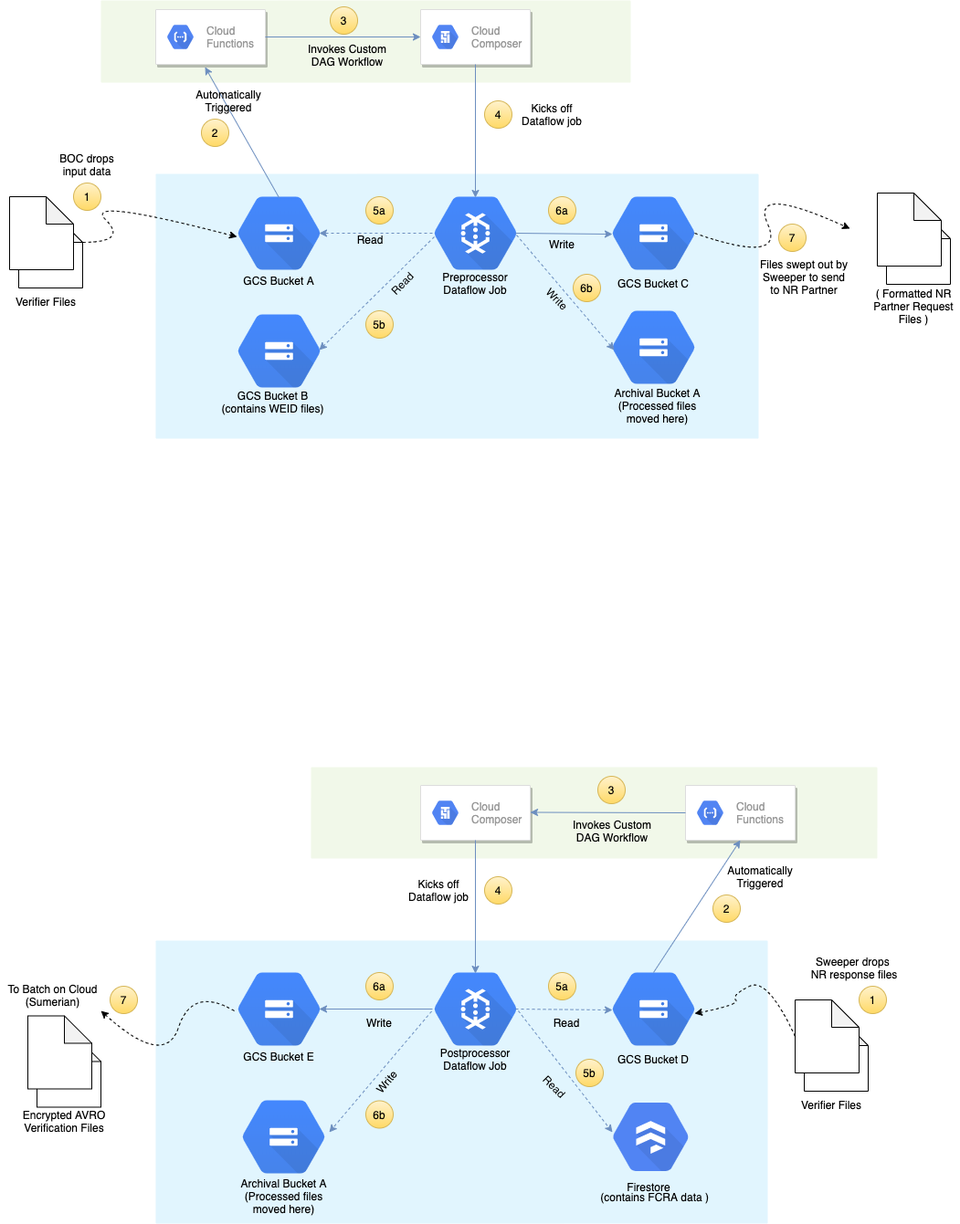
This is Untitled Diagram.png from faeezshaikhefx/faeezshaikhefx, a draw.io export, as it was before one commit. Source tidied: cells renumbered, new cells last; positions are measured from the earlier drawing's top-left corner, leaving out a move shared by most shapes.
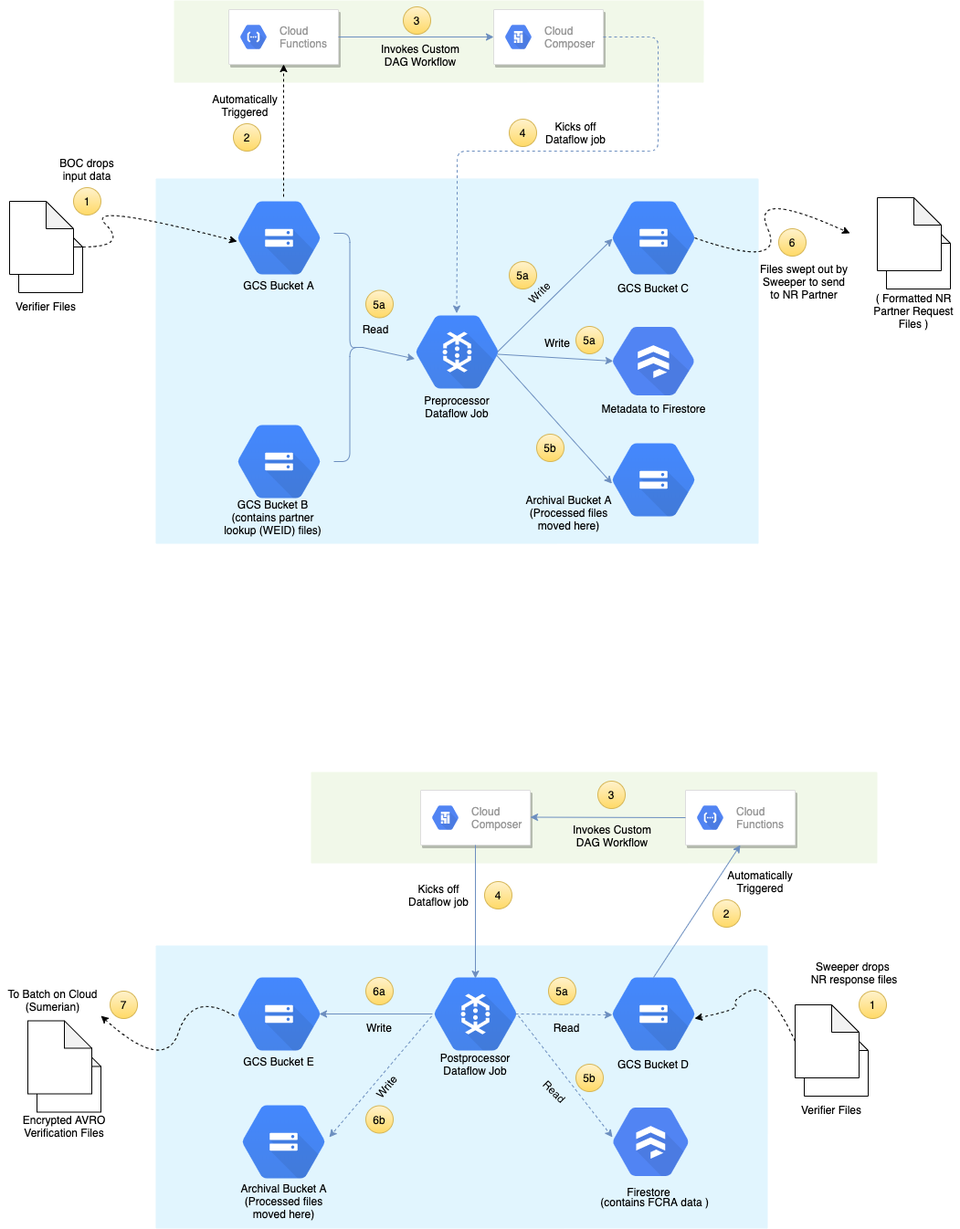
The same file after the commit.

What changed in the source:
```diff
@@ -3,13 +3,13 @@
     <mxCell id="0" />
     <mxCell id="1" parent="0" />
     <mxCell id="2" style="rounded=1;absoluteArcSize=1;arcSize=2;html=1;strokeColor=none;gradientColor=none;shadow=0;dashed=0;fontSize=12;fontColor=#9E9E9E;align=left;verticalAlign=top;spacing=10;spacingTop=-4;fillColor=#E1F5FE;" parent="1" vertex="1">
-      <mxGeometry x="170" y="190" width="660" height="290" as="geometry" />
+      <mxGeometry x="170" y="190" width="660" height="400" as="geometry" />
     </mxCell>
     <mxCell id="3" style="rounded=1;absoluteArcSize=1;arcSize=2;html=1;strokeColor=none;gradientColor=none;shadow=0;dashed=0;fontSize=12;fontColor=#9E9E9E;align=left;verticalAlign=top;spacing=10;spacingTop=-4;fillColor=#F1F8E9;" parent="1" vertex="1">
-      <mxGeometry x="110" width="580" height="90" as="geometry" />
+      <mxGeometry x="190" y="-5" width="580" height="90" as="geometry" />
     </mxCell>
     <mxCell id="4" style="strokeColor=#dddddd;shadow=1;strokeWidth=1;rounded=1;absoluteArcSize=1;arcSize=2;" parent="1" vertex="1">
-      <mxGeometry x="460" y="10" width="120" height="60" as="geometry" />
+      <mxGeometry x="540" y="5" width="120" height="60" as="geometry" />
     </mxCell>
     <mxCell id="5" value="Cloud&#10;Composer" style="dashed=0;html=1;fillColor=#5184F3;strokeColor=none;shape=mxgraph.gcp2.hexIcon;prIcon=cloud_composer;labelPosition=right;verticalLabelPosition=middle;align=left;verticalAlign=middle;spacingLeft=5;fontColor=#999999;fontSize=12;" parent="4" vertex="1">
       <mxGeometry y="0.5" width="44" height="39" relative="1" as="geometry">
@@ -17,7 +17,7 @@
       </mxGeometry>
     </mxCell>
     <mxCell id="6" style="strokeColor=#dddddd;shadow=1;strokeWidth=1;rounded=1;absoluteArcSize=1;arcSize=2;" parent="1" vertex="1">
-      <mxGeometry x="170" y="10" width="120" height="60" as="geometry" />
+      <mxGeometry x="250" y="5" width="120" height="60" as="geometry" />
     </mxCell>
     <mxCell id="7" value="Cloud&#10;Functions" style="dashed=0;html=1;fillColor=#5184F3;strokeColor=none;shape=mxgraph.gcp2.hexIcon;prIcon=cloud_functions;labelPosition=right;verticalLabelPosition=middle;align=left;verticalAlign=middle;spacingLeft=5;fontColor=#999999;fontSize=12;" parent="6" vertex="1">
       <mxGeometry y="0.5" width="44" height="39" relative="1" as="geometry">
@@ -28,7 +28,7 @@
       <mxGeometry x="260" y="215" width="90" height="80" as="geometry" />
     </mxCell>
     <mxCell id="9" style="shape=mxgraph.gcp.big_data.cloud_dataflow;html=1;fillColor=#4387FD;gradientColor=#4683EA;strokeColor=none;verticalLabelPosition=bottom;verticalAlign=top;align=center;" parent="1" vertex="1">
-      <mxGeometry x="475" y="215" width="90" height="80" as="geometry" />
+      <mxGeometry x="455" y="340" width="90" height="80" as="geometry" />
     </mxCell>
     <mxCell id="10" style="shape=mxgraph.gcp.storage_databases.cloud_storage;html=1;fillColor=#4387FD;gradientColor=#4683EA;strokeColor=none;verticalLabelPosition=bottom;verticalAlign=top;align=center;" parent="1" vertex="1">
       <mxGeometry x="670" y="215" width="90" height="80" as="geometry" />
@@ -39,23 +39,12 @@
     <mxCell id="12" style="shape=note;whiteSpace=wrap;html=1;backgroundOutline=1;darkOpacity=0.05;" parent="1" vertex="1">
       <mxGeometry x="10" y="215" width="70" height="80" as="geometry" />
     </mxCell>
-    <mxCell id="13" style="endArrow=classic;html=1;exitX=0.5;exitY=0.013;exitDx=0;exitDy=0;exitPerimeter=0;entryX=0.45;entryY=1.05;entryDx=0;entryDy=0;entryPerimeter=0;fillColor=#dae8fc;strokeColor=#6c8ebf;" parent="1" edge="1" source="8" target="6">
-      <mxGeometry relative="1" as="geometry" />
-    </mxCell>
     <mxCell id="14" style="endArrow=classic;html=1;exitX=1;exitY=0.5;exitDx=0;exitDy=0;entryX=0;entryY=0.5;entryDx=0;entryDy=0;fillColor=#dae8fc;strokeColor=#6c8ebf;" parent="1" edge="1" source="6" target="4">
       <mxGeometry relative="1" as="geometry" />
     </mxCell>
-    <mxCell id="15" style="endArrow=classic;html=1;exitX=0.5;exitY=1;exitDx=0;exitDy=0;entryX=0.5;entryY=0.013;entryDx=0;entryDy=0;entryPerimeter=0;fillColor=#dae8fc;strokeColor=#6c8ebf;" parent="1" edge="1" source="4" target="9">
-      <mxGeometry relative="1" as="geometry" />
-    </mxCell>
     <mxCell id="16" style="endArrow=classic;html=1;exitX=0.989;exitY=0.5;exitDx=0;exitDy=0;exitPerimeter=0;entryX=0;entryY=0.513;entryDx=0;entryDy=0;entryPerimeter=0;fillColor=#dae8fc;strokeColor=#6c8ebf;" parent="1" edge="1" source="9" target="10">
       <mxGeometry relative="1" as="geometry" />
     </mxCell>
-    <mxCell id="17" style="endArrow=classic;html=1;entryX=0.989;entryY=0.5;entryDx=0;entryDy=0;entryPerimeter=0;fillColor=#dae8fc;strokeColor=#6c8ebf;dashed=1;" parent="1" edge="1" target="8">
-      <mxGeometry relative="1" as="geometry">
-        <mxPoint x="473" y="255" as="sourcePoint" />
-      </mxGeometry>
-    </mxCell>
     <mxCell id="18" style="curved=1;endArrow=classic;html=1;dashed=1;entryX=-0.011;entryY=0.55;entryDx=0;entryDy=0;entryPerimeter=0;" parent="1" edge="1" target="8">
       <mxGeometry relative="1" as="geometry">
         <mxPoint x="90" y="265" as="sourcePoint" />
@@ -69,37 +58,31 @@
       <mxGeometry x="80" y="200" width="30" height="30" as="geometry" />
     </mxCell>
     <mxCell id="20" value="2" style="ellipse;whiteSpace=wrap;html=1;fillColor=#fff2cc;strokeColor=#d6b656;gradientColor=#ffd966;" parent="1" vertex="1">
-      <mxGeometry x="220" y="130" width="30" height="30" as="geometry" />
+      <mxGeometry x="255" y="130" width="30" height="30" as="geometry" />
     </mxCell>
     <mxCell id="21" value="3" style="ellipse;whiteSpace=wrap;html=1;fillColor=#fff2cc;strokeColor=#d6b656;gradientColor=#ffd966;" parent="1" vertex="1">
-      <mxGeometry x="361" y="7" width="30" height="30" as="geometry" />
+      <mxGeometry x="441" y="2" width="30" height="30" as="geometry" />
     </mxCell>
     <mxCell id="22" value="4" style="ellipse;whiteSpace=wrap;html=1;fillColor=#fff2cc;strokeColor=#d6b656;gradientColor=#ffd966;" parent="1" vertex="1">
-      <mxGeometry x="530" y="110" width="30" height="30" as="geometry" />
+      <mxGeometry x="557" y="125" width="30" height="30" as="geometry" />
     </mxCell>
     <mxCell id="23" value="5a" style="ellipse;whiteSpace=wrap;html=1;fillColor=#fff2cc;strokeColor=#d6b656;gradientColor=#ffd966;" parent="1" vertex="1">
-      <mxGeometry x="400" y="215" width="30" height="30" as="geometry" />
+      <mxGeometry x="400" y="312.5" width="30" height="30" as="geometry" />
     </mxCell>
-    <mxCell id="24" value="6a" style="ellipse;whiteSpace=wrap;html=1;fillColor=#fff2cc;strokeColor=#d6b656;gradientColor=#ffd966;" parent="1" vertex="1">
-      <mxGeometry x="600" y="215" width="30" height="30" as="geometry" />
+    <mxCell id="24" value="5a" style="ellipse;whiteSpace=wrap;html=1;fillColor=#fff2cc;strokeColor=#d6b656;gradientColor=#ffd966;" parent="1" vertex="1">
+      <mxGeometry x="557" y="281" width="30" height="30" as="geometry" />
     </mxCell>
     <mxCell id="25" style="shape=mxgraph.gcp.storage_databases.cloud_storage;html=1;fillColor=#4387FD;gradientColor=#4683EA;strokeColor=none;verticalLabelPosition=bottom;verticalAlign=top;align=center;" parent="1" vertex="1">
-      <mxGeometry x="260" y="344" width="90" height="80" as="geometry" />
+      <mxGeometry x="260" y="460" width="90" height="80" as="geometry" />
     </mxCell>
-    <mxCell id="26" style="endArrow=classic;html=1;entryX=0.989;entryY=0.488;entryDx=0;entryDy=0;entryPerimeter=0;fillColor=#dae8fc;strokeColor=#6c8ebf;dashed=1;exitX=0;exitY=0.55;exitDx=0;exitDy=0;exitPerimeter=0;" parent="1" edge="1" source="9" target="25">
-      <mxGeometry relative="1" as="geometry" />
-    </mxCell>
-    <mxCell id="27" value="5b" style="ellipse;whiteSpace=wrap;html=1;fillColor=#fff2cc;strokeColor=#d6b656;gradientColor=#ffd966;" parent="1" vertex="1">
-      <mxGeometry x="400" y="340" width="30" height="30" as="geometry" />
-    </mxCell>
-    <mxCell id="28" value="GCS Bucket B&lt;br&gt;(contains WEID files)" style="text;html=1;strokeColor=none;fillColor=none;align=center;verticalAlign=middle;whiteSpace=wrap;rounded=0;" parent="1" vertex="1">
-      <mxGeometry x="236" y="430" width="125" height="20" as="geometry" />
+    <mxCell id="28" value="GCS Bucket B&lt;br&gt;(contains partner lookup (WEID) files)" style="text;html=1;strokeColor=none;fillColor=none;align=center;verticalAlign=middle;whiteSpace=wrap;rounded=0;" parent="1" vertex="1">
+      <mxGeometry x="236" y="551" width="125" height="20" as="geometry" />
     </mxCell>
     <mxCell id="29" value="GCS Bucket A" style="text;html=1;strokeColor=none;fillColor=none;align=center;verticalAlign=middle;whiteSpace=wrap;rounded=0;" parent="1" vertex="1">
       <mxGeometry x="255" y="297" width="100" height="20" as="geometry" />
     </mxCell>
     <mxCell id="30" value="Preprocessor Dataflow Job" style="text;html=1;strokeColor=none;fillColor=none;align=center;verticalAlign=middle;whiteSpace=wrap;rounded=0;" parent="1" vertex="1">
-      <mxGeometry x="500" y="300" width="40" height="20" as="geometry" />
+      <mxGeometry x="480" y="430" width="40" height="20" as="geometry" />
     </mxCell>
     <mxCell id="31" value="GCS Bucket C" style="text;html=1;strokeColor=none;fillColor=none;align=center;verticalAlign=middle;whiteSpace=wrap;rounded=0;" parent="1" vertex="1">
       <mxGeometry x="665" y="300" width="100" height="20" as="geometry" />
@@ -176,14 +159,11 @@
     <mxCell id="53" value="Firestore" style="text;html=1;strokeColor=none;fillColor=none;align=center;verticalAlign=middle;whiteSpace=wrap;rounded=0;" parent="1" vertex="1">
       <mxGeometry x="690" y="1290" width="40" height="20" as="geometry" />
     </mxCell>
-    <mxCell id="54" value="Read" style="text;html=1;strokeColor=none;fillColor=none;align=center;verticalAlign=middle;whiteSpace=wrap;rounded=0;rotation=-45;" parent="1" vertex="1">
-      <mxGeometry x="390" y="300" width="100" height="20" as="geometry" />
+    <mxCell id="54" value="Read" style="text;html=1;strokeColor=none;fillColor=none;align=center;verticalAlign=middle;whiteSpace=wrap;rounded=0;rotation=0;" parent="1" vertex="1">
+      <mxGeometry x="361" y="345" width="100" height="20" as="geometry" />
     </mxCell>
-    <mxCell id="55" value="Read" style="text;html=1;strokeColor=none;fillColor=none;align=center;verticalAlign=middle;whiteSpace=wrap;rounded=0;rotation=0;" parent="1" vertex="1">
-      <mxGeometry x="355" y="252" width="100" height="20" as="geometry" />
-    </mxCell>
-    <mxCell id="56" value="Write" style="text;html=1;strokeColor=none;fillColor=none;align=center;verticalAlign=middle;whiteSpace=wrap;rounded=0;rotation=0;" parent="1" vertex="1">
-      <mxGeometry x="565" y="257" width="100" height="20" as="geometry" />
+    <mxCell id="56" value="Write" style="text;html=1;strokeColor=none;fillColor=none;align=center;verticalAlign=middle;whiteSpace=wrap;rounded=0;rotation=-45;" parent="1" vertex="1">
+      <mxGeometry x="540" y="305" width="100" height="20" as="geometry" />
     </mxCell>
     <mxCell id="57" style="endArrow=classic;html=1;fillColor=#dae8fc;strokeColor=#6c8ebf;dashed=1;" parent="1" edge="1">
       <mxGeometry relative="1" as="geometry">
@@ -192,13 +172,13 @@
       </mxGeometry>
     </mxCell>
     <mxCell id="58" value="Automatically&lt;br&gt;Triggered" style="text;html=1;strokeColor=none;fillColor=none;align=center;verticalAlign=middle;whiteSpace=wrap;rounded=0;rotation=0;" parent="1" vertex="1">
-      <mxGeometry x="230" y="100" width="40" height="20" as="geometry" />
+      <mxGeometry x="247.5" y="100" width="40" height="20" as="geometry" />
     </mxCell>
     <mxCell id="59" value="Invokes Custom DAG Workflow" style="text;html=1;strokeColor=none;fillColor=none;align=center;verticalAlign=middle;whiteSpace=wrap;rounded=0;rotation=0;" parent="1" vertex="1">
-      <mxGeometry x="330" y="50" width="100" height="20" as="geometry" />
+      <mxGeometry x="410" y="45" width="100" height="20" as="geometry" />
     </mxCell>
     <mxCell id="60" value="Kicks off&lt;br&gt;Dataflow job" style="text;html=1;strokeColor=none;fillColor=none;align=center;verticalAlign=middle;whiteSpace=wrap;rounded=0;rotation=0;" parent="1" vertex="1">
-      <mxGeometry x="554" y="115" width="100" height="20" as="geometry" />
+      <mxGeometry x="580" y="130" width="100" height="20" as="geometry" />
     </mxCell>
     <mxCell id="61" value="BOC drops input data" style="text;html=1;strokeColor=none;fillColor=none;align=center;verticalAlign=middle;whiteSpace=wrap;rounded=0;" parent="1" vertex="1">
       <mxGeometry x="50" y="170" width="90" height="20" as="geometry" />
@@ -249,7 +229,7 @@
         </Array>
       </mxGeometry>
     </mxCell>
-    <mxCell id="73" value="7" style="ellipse;whiteSpace=wrap;html=1;fillColor=#fff2cc;strokeColor=#d6b656;gradientColor=#ffd966;" parent="1" vertex="1">
+    <mxCell id="73" value="6" style="ellipse;whiteSpace=wrap;html=1;fillColor=#fff2cc;strokeColor=#d6b656;gradientColor=#ffd966;" parent="1" vertex="1">
       <mxGeometry x="852" y="245" width="30" height="30" as="geometry" />
     </mxCell>
     <mxCell id="74" value="Files swept out by Sweeper to send to NR Partner" style="text;html=1;strokeColor=none;fillColor=none;align=center;verticalAlign=middle;whiteSpace=wrap;rounded=0;rotation=0;" parent="1" vertex="1">
@@ -312,19 +292,16 @@
       <mxGeometry x="430" y="965" width="100" height="20" as="geometry" />
     </mxCell>
     <mxCell id="91" style="shape=mxgraph.gcp.storage_databases.cloud_storage;html=1;fillColor=#4387FD;gradientColor=#4683EA;strokeColor=none;verticalLabelPosition=bottom;verticalAlign=top;align=center;" parent="1" vertex="1">
-      <mxGeometry x="670" y="340" width="90" height="80" as="geometry" />
+      <mxGeometry x="670" y="480" width="90" height="80" as="geometry" />
     </mxCell>
-    <mxCell id="92" style="endArrow=classic;html=1;dashed=1;fontColor=#000000;exitX=0;exitY=0;exitDx=0;exitDy=0;entryX=0.022;entryY=0.538;entryDx=0;entryDy=0;entryPerimeter=0;fillColor=#dae8fc;strokeColor=#6c8ebf;" parent="1" edge="1" source="56" target="91">
-      <mxGeometry relative="1" as="geometry" />
-    </mxCell>
-    <mxCell id="93" value="Write" style="text;html=1;strokeColor=none;fillColor=none;align=center;verticalAlign=middle;whiteSpace=wrap;rounded=0;rotation=45;" parent="1" vertex="1">
-      <mxGeometry x="560" y="317" width="100" height="20" as="geometry" />
+    <mxCell id="93" value="Write" style="text;html=1;strokeColor=none;fillColor=none;align=center;verticalAlign=middle;whiteSpace=wrap;rounded=0;rotation=0;" parent="1" vertex="1">
+      <mxGeometry x="560" y="360" width="100" height="20" as="geometry" />
     </mxCell>
-    <mxCell id="94" value="6b" style="ellipse;whiteSpace=wrap;html=1;fillColor=#fff2cc;strokeColor=#d6b656;gradientColor=#ffd966;" parent="1" vertex="1">
-      <mxGeometry x="627" y="300" width="30" height="30" as="geometry" />
+    <mxCell id="94" value="5a" style="ellipse;whiteSpace=wrap;html=1;fillColor=#fff2cc;strokeColor=#d6b656;gradientColor=#ffd966;" parent="1" vertex="1">
+      <mxGeometry x="630" y="352" width="30" height="30" as="geometry" />
     </mxCell>
     <mxCell id="95" value="Archival Bucket A&lt;br&gt;(Processed files moved here)" style="text;html=1;strokeColor=none;fillColor=none;align=center;verticalAlign=middle;whiteSpace=wrap;rounded=0;" parent="1" vertex="1">
-      <mxGeometry x="657" y="434" width="125" height="20" as="geometry" />
+      <mxGeometry x="560" y="546" width="125" height="20" as="geometry" />
     </mxCell>
     <mxCell id="96" style="group;" parent="1" vertex="1">
       <mxGeometry x="350" y="250" width="30" height="170" as="geometry" />
@@ -346,5 +323,45 @@
     <mxCell id="101" value="6b" style="ellipse;whiteSpace=wrap;html=1;gradientColor=#ffd966;fillColor=#fff2cc;strokeColor=#d6b656;" parent="1" vertex="1">
       <mxGeometry x="400" y="1205.5" width="30" height="30" as="geometry" />
     </mxCell>
+    <mxCell id="102" style="shape=curlyBracket;whiteSpace=wrap;html=1;rounded=1;fillColor=#dae8fc;rotation=-180;strokeColor=#6c8ebf;" parent="1" vertex="1">
+      <mxGeometry x="365" y="250" width="35" height="250" as="geometry" />
+    </mxCell>
+    <mxCell id="103" style="endArrow=classic;html=1;entryX=-0.015;entryY=0.594;entryDx=0;entryDy=0;fillColor=#dae8fc;strokeColor=#6c8ebf;entryPerimeter=0;exitX=0.1;exitY=0.5;exitDx=0;exitDy=0;exitPerimeter=0;" parent="1" edge="1" source="102" target="9">
+      <mxGeometry relative="1" as="geometry" />
+    </mxCell>
+    <mxCell id="104" style="html=1;fillColor=#5184F3;strokeColor=none;verticalAlign=top;labelPosition=center;verticalLabelPosition=bottom;align=center;spacingTop=-6;fontSize=11;fontStyle=1;fontColor=#999999;shape=mxgraph.gcp2.hexIcon;prIcon=cloud_firestore;" parent="1" vertex="1">
+      <mxGeometry x="647" y="335" width="136" height="110" as="geometry" />
+    </mxCell>
+    <mxCell id="105" style="endArrow=classic;html=1;entryX=0.175;entryY=0.5;entryDx=0;entryDy=0;entryPerimeter=0;fillColor=#dae8fc;strokeColor=#6c8ebf;exitX=0.994;exitY=0.531;exitDx=0;exitDy=0;exitPerimeter=0;" parent="1" edge="1" source="9" target="104">
+      <mxGeometry relative="1" as="geometry" />
+    </mxCell>
+    <mxCell id="15" style="edgeStyle=segmentEdgeStyle;endArrow=classic;html=1;dashed=1;fontColor=#000000;exitX=1;exitY=0.5;exitDx=0;exitDy=0;entryX=0.494;entryY=-0.031;entryDx=0;entryDy=0;entryPerimeter=0;fillColor=#dae8fc;strokeColor=#6c8ebf;" parent="1" edge="1" source="4" target="9">
+      <mxGeometry relative="1" as="geometry">
+        <Array as="points">
+          <mxPoint x="720" y="35" />
+          <mxPoint x="720" y="160" />
+          <mxPoint x="500" y="160" />
+          <mxPoint x="500" y="250" />
+        </Array>
+      </mxGeometry>
+    </mxCell>
+    <mxCell id="106" style="edgeStyle=segmentEdgeStyle;endArrow=classic;html=1;dashed=1;fontColor=#000000;entryX=0.5;entryY=1;entryDx=0;entryDy=0;" parent="1" edge="1" target="6">
+      <mxGeometry relative="1" as="geometry">
+        <mxPoint x="310" y="210" as="sourcePoint" />
+        <Array as="points">
+          <mxPoint x="310" y="140" />
+          <mxPoint x="310" y="140" />
+        </Array>
+      </mxGeometry>
+    </mxCell>
+    <mxCell id="107" style="endArrow=classic;html=1;entryX=-0.006;entryY=0.552;entryDx=0;entryDy=0;entryPerimeter=0;fillColor=#dae8fc;strokeColor=#6c8ebf;exitX=0.985;exitY=0.552;exitDx=0;exitDy=0;exitPerimeter=0;" parent="1" edge="1" source="9" target="91">
+      <mxGeometry relative="1" as="geometry" />
+    </mxCell>
+    <mxCell id="27" value="5b" style="ellipse;whiteSpace=wrap;html=1;fillColor=#fff2cc;strokeColor=#d6b656;gradientColor=#ffd966;" parent="1" vertex="1">
+      <mxGeometry x="587" y="470" width="30" height="30" as="geometry" />
+    </mxCell>
+    <mxCell id="108" value="Metadata to Firestore" style="text;html=1;strokeColor=none;fillColor=none;align=center;verticalAlign=middle;whiteSpace=wrap;rounded=0;" parent="1" vertex="1">
+      <mxGeometry x="652.5" y="432" width="125" height="20" as="geometry" />
+    </mxCell>
   </root>
 </mxGraphModel>
```
